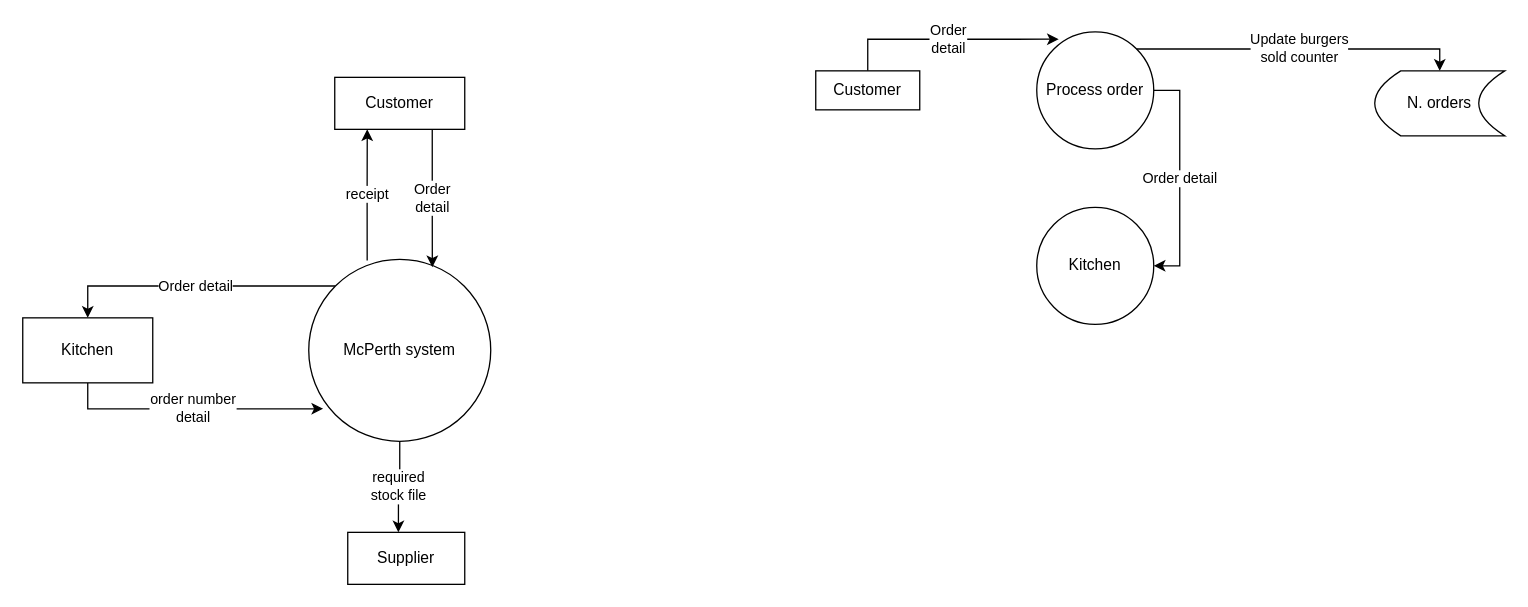
Above: Untitled Diagram.drawio in SmartBoy84/diagrams (draw.io), before the change. Source tidied: cells renumbered, new cells numbered last; positions are measured from the earlier drawing's top-left corner, leaving out a move shared by most shapes. Both pictures are drawn from the tidied source at 130%, with x=0, y=0 at pixel (22, 31).
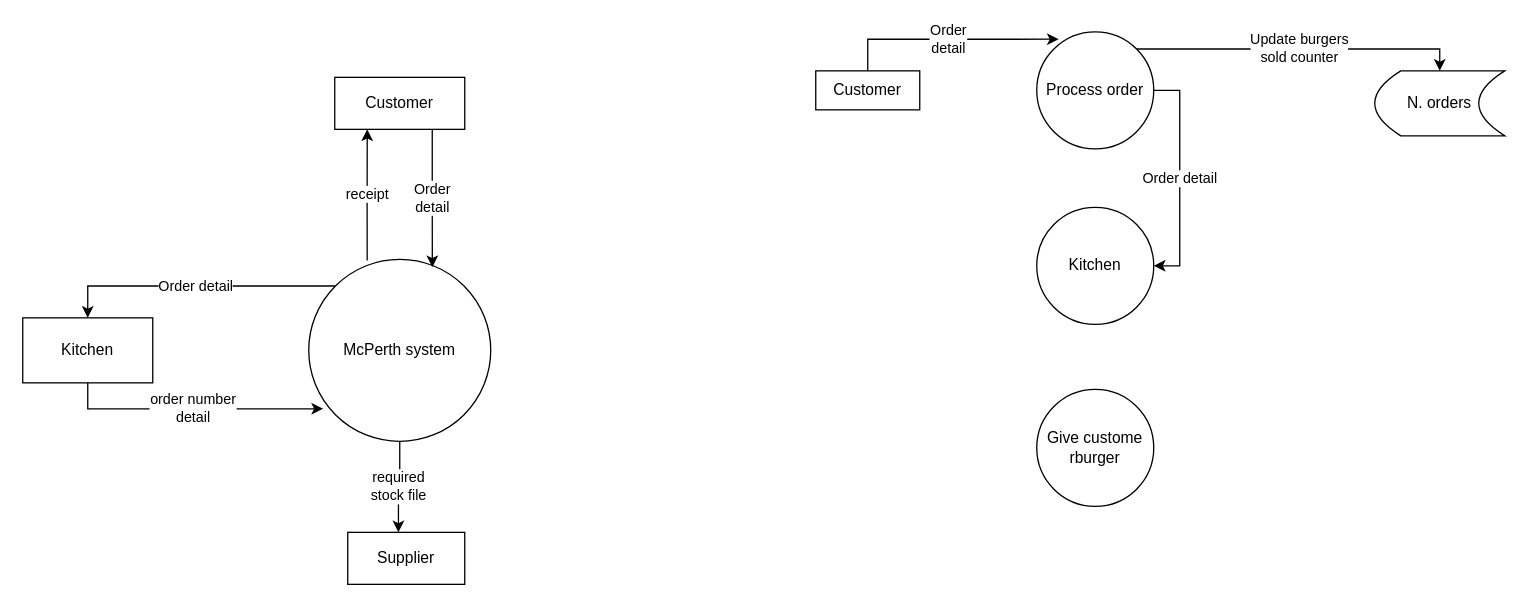
Above is the later version.

The edit, as a diff of the source:
```diff
@@
+    <mxCell id="18" value="Give custome &lt;br&gt;rburger" style="ellipse;whiteSpace=wrap;html=1;" parent="1" vertex="1">
+      <mxGeometry x="780" y="275" width="90" height="90" as="geometry" />
+    </mxCell>
```
